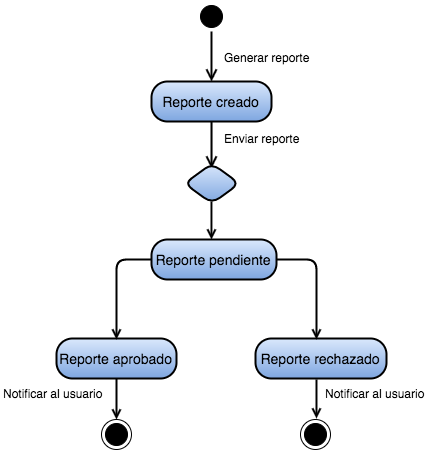
Before: imagenes/estado_reporte.png, a diagram exported from draw.io (susana1710/libro-pasantia). Source tidied: cells renumbered, new cells last; positions are measured from the earlier drawing's top-left corner, leaving out a move shared by most shapes. Its diagram source:
```xml
<mxGraphModel background="#ffffff">
  <root>
    <mxCell id="0" />
    <mxCell id="1" parent="0" />
    <mxCell id="2" style="ellipse;html=1;shape=startState;fillColor=#000000;strokeColor=#000000;rounded=1;shadow=0;glass=0;comic=0;fontSize=14;" parent="1" vertex="1">
      <mxGeometry x="195" width="30" height="30" as="geometry" />
    </mxCell>
    <mxCell id="3" style="edgeStyle=orthogonalEdgeStyle;html=1;verticalAlign=bottom;endArrow=open;endSize=8;strokeColor=#000000;fontSize=14;strokeWidth=2;" parent="1" edge="1" source="2">
      <mxGeometry x="285" y="80" as="geometry">
        <mxPoint x="210" y="80" as="targetPoint" />
      </mxGeometry>
    </mxCell>
    <mxCell id="4" value="Reporte creado" style="rounded=1;whiteSpace=wrap;html=1;arcSize=40;shadow=0;glass=0;comic=0;fontSize=14;strokeWidth=2;plain-blue;strokeColor=#000000;" parent="1" vertex="1">
      <mxGeometry x="150" y="80" width="120" height="40" as="geometry" />
    </mxCell>
    <mxCell id="5" style="edgeStyle=orthogonalEdgeStyle;html=1;verticalAlign=bottom;endArrow=open;endSize=8;strokeColor=#000000;fontSize=14;strokeWidth=2;" parent="1" edge="1">
      <mxGeometry x="285" y="157" as="geometry">
        <mxPoint x="210" y="120" as="sourcePoint" />
        <mxPoint x="210" y="167" as="targetPoint" />
      </mxGeometry>
    </mxCell>
    <mxCell id="6" style="rhombus;whiteSpace=wrap;html=1;rounded=1;shadow=0;glass=0;comic=0;strokeWidth=2;fontSize=14;plain-blue;strokeColor=#000000;" parent="1" vertex="1">
      <mxGeometry x="183" y="162" width="55" height="40" as="geometry" />
    </mxCell>
    <mxCell id="7" value="Reporte rechazado" style="rounded=1;whiteSpace=wrap;html=1;arcSize=40;shadow=0;glass=0;comic=0;fontSize=14;strokeWidth=2;plain-blue;strokeColor=#000000;" parent="1" vertex="1">
      <mxGeometry x="254" y="337" width="131" height="40" as="geometry" />
    </mxCell>
    <mxCell id="8" style="ellipse;html=1;shape=endState;fillColor=#000000;strokeColor=#000000;rounded=1;shadow=0;glass=0;comic=0;fontSize=14;" parent="1" vertex="1">
      <mxGeometry x="100" y="418" width="30" height="30" as="geometry" />
    </mxCell>
    <mxCell id="9" value="Reporte aprobado" style="rounded=1;whiteSpace=wrap;html=1;arcSize=40;shadow=0;glass=0;comic=0;fontSize=14;strokeWidth=2;plain-blue;strokeColor=#000000;" parent="1" vertex="1">
      <mxGeometry x="55" y="337" width="120" height="40" as="geometry" />
    </mxCell>
    <mxCell id="10" style="endArrow=open;html=1;strokeColor=#000000;strokeWidth=2;fontSize=14;exitX=0.433;exitY=1.025;exitPerimeter=0;endFill=0;" parent="1" edge="1">
      <mxGeometry x="190" y="437" as="geometry">
        <mxPoint x="115" y="377" as="sourcePoint" />
        <mxPoint x="115" y="418" as="targetPoint" />
      </mxGeometry>
    </mxCell>
    <mxCell id="11" style="endArrow=open;html=1;strokeColor=#000000;strokeWidth=2;fontSize=14;endFill=0;" parent="1" edge="1">
      <mxGeometry x="390" y="428" as="geometry">
        <mxPoint x="315" y="378" as="sourcePoint" />
        <mxPoint x="315" y="417" as="targetPoint" />
      </mxGeometry>
    </mxCell>
    <mxCell id="12" value="Generar reporte" style="text;html=1;align=left;verticalAlign=top;spacingTop=-4;fontSize=12;" parent="1" vertex="1">
      <mxGeometry x="221" y="47" width="100" height="20" as="geometry" />
    </mxCell>
    <mxCell id="13" value="Enviar reporte" style="text;html=1;align=left;verticalAlign=top;spacingTop=-4;fontSize=12;" parent="1" vertex="1">
      <mxGeometry x="221" y="128" width="90" height="20" as="geometry" />
    </mxCell>
    <mxCell id="14" style="endArrow=open;html=1;strokeWidth=2;fontSize=12;endFill=0;" parent="1" edge="1">
      <mxGeometry relative="1" as="geometry">
        <mxPoint x="210" y="200" as="sourcePoint" />
        <mxPoint x="210" y="238" as="targetPoint" />
      </mxGeometry>
    </mxCell>
    <mxCell id="15" value="Reporte pendiente" style="rounded=1;whiteSpace=wrap;html=1;arcSize=40;shadow=0;glass=0;comic=0;fontSize=14;strokeWidth=2;plain-blue;strokeColor=#000000;" parent="1" vertex="1">
      <mxGeometry x="150" y="238" width="125" height="40" as="geometry" />
    </mxCell>
    <mxCell id="16" style="endArrow=open;html=1;strokeWidth=2;fontSize=12;exitX=0;exitY=0.5;endFill=0;" parent="1" edge="1" source="15">
      <mxGeometry relative="1" as="geometry">
        <mxPoint x="115" y="338" as="targetPoint" />
        <Array as="points">
          <mxPoint x="115" y="258" />
          <mxPoint x="115" y="308" />
        </Array>
      </mxGeometry>
    </mxCell>
    <mxCell id="17" style="endArrow=open;html=1;strokeWidth=2;fontSize=12;exitX=1;exitY=0.5;endFill=0;" parent="1" edge="1" source="15">
      <mxGeometry relative="1" as="geometry">
        <mxPoint x="315" y="338" as="targetPoint" />
        <Array as="points">
          <mxPoint x="315" y="258" />
        </Array>
      </mxGeometry>
    </mxCell>
    <mxCell id="18" style="ellipse;html=1;shape=endState;fillColor=#000000;strokeColor=#000000;rounded=1;shadow=0;glass=0;comic=0;fontSize=14;" parent="1" vertex="1">
      <mxGeometry x="299" y="418" width="30" height="30" as="geometry" />
    </mxCell>
    <mxCell id="19" value="Notificar al usuario" style="text;html=1;align=left;verticalAlign=top;spacingTop=-4;fontSize=12;" parent="1" vertex="1">
      <mxGeometry x="322" y="383" width="110" height="20" as="geometry" />
    </mxCell>
    <mxCell id="20" value="Notificar al usuario" style="text;html=1;align=left;verticalAlign=top;spacingTop=-4;fontSize=12;" parent="1" vertex="1">
      <mxGeometry y="383" width="110" height="20" as="geometry" />
    </mxCell>
  </root>
</mxGraphModel>
```
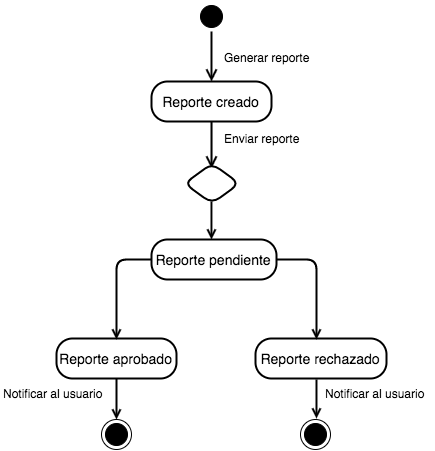
After the change.

Diff of the diagram source:
```diff
@@ -10,7 +10,7 @@
         <mxPoint x="210" y="80" as="targetPoint" />
       </mxGeometry>
     </mxCell>
-    <mxCell id="4" value="Reporte creado" style="rounded=1;whiteSpace=wrap;html=1;arcSize=40;shadow=0;glass=0;comic=0;fontSize=14;strokeWidth=2;plain-blue;strokeColor=#000000;" parent="1" vertex="1">
+    <mxCell id="4" value="Reporte creado" style="rounded=1;whiteSpace=wrap;html=1;arcSize=40;shadow=0;glass=0;comic=0;fontSize=14;strokeWidth=2;strokeColor=#000000;fillColor=#ffffff;" parent="1" vertex="1">
       <mxGeometry x="150" y="80" width="120" height="40" as="geometry" />
     </mxCell>
     <mxCell id="5" style="edgeStyle=orthogonalEdgeStyle;html=1;verticalAlign=bottom;endArrow=open;endSize=8;strokeColor=#000000;fontSize=14;strokeWidth=2;" parent="1" edge="1">
@@ -19,16 +19,16 @@
         <mxPoint x="210" y="167" as="targetPoint" />
       </mxGeometry>
     </mxCell>
-    <mxCell id="6" style="rhombus;whiteSpace=wrap;html=1;rounded=1;shadow=0;glass=0;comic=0;strokeWidth=2;fontSize=14;plain-blue;strokeColor=#000000;" parent="1" vertex="1">
+    <mxCell id="6" style="rhombus;whiteSpace=wrap;html=1;rounded=1;shadow=0;glass=0;comic=0;strokeWidth=2;fontSize=14;strokeColor=#000000;fillColor=#ffffff;" parent="1" vertex="1">
       <mxGeometry x="183" y="162" width="55" height="40" as="geometry" />
     </mxCell>
-    <mxCell id="7" value="Reporte rechazado" style="rounded=1;whiteSpace=wrap;html=1;arcSize=40;shadow=0;glass=0;comic=0;fontSize=14;strokeWidth=2;plain-blue;strokeColor=#000000;" parent="1" vertex="1">
+    <mxCell id="7" value="Reporte rechazado" style="rounded=1;whiteSpace=wrap;html=1;arcSize=40;shadow=0;glass=0;comic=0;fontSize=14;strokeWidth=2;strokeColor=#000000;fillColor=#ffffff;" parent="1" vertex="1">
       <mxGeometry x="254" y="337" width="131" height="40" as="geometry" />
     </mxCell>
     <mxCell id="8" style="ellipse;html=1;shape=endState;fillColor=#000000;strokeColor=#000000;rounded=1;shadow=0;glass=0;comic=0;fontSize=14;" parent="1" vertex="1">
       <mxGeometry x="100" y="418" width="30" height="30" as="geometry" />
     </mxCell>
-    <mxCell id="9" value="Reporte aprobado" style="rounded=1;whiteSpace=wrap;html=1;arcSize=40;shadow=0;glass=0;comic=0;fontSize=14;strokeWidth=2;plain-blue;strokeColor=#000000;" parent="1" vertex="1">
+    <mxCell id="9" value="Reporte aprobado" style="rounded=1;whiteSpace=wrap;html=1;arcSize=40;shadow=0;glass=0;comic=0;fontSize=14;strokeWidth=2;strokeColor=#000000;fillColor=#ffffff;" parent="1" vertex="1">
       <mxGeometry x="55" y="337" width="120" height="40" as="geometry" />
     </mxCell>
     <mxCell id="10" style="endArrow=open;html=1;strokeColor=#000000;strokeWidth=2;fontSize=14;exitX=0.433;exitY=1.025;exitPerimeter=0;endFill=0;" parent="1" edge="1">
@@ -55,7 +55,7 @@
         <mxPoint x="210" y="238" as="targetPoint" />
       </mxGeometry>
     </mxCell>
-    <mxCell id="15" value="Reporte pendiente" style="rounded=1;whiteSpace=wrap;html=1;arcSize=40;shadow=0;glass=0;comic=0;fontSize=14;strokeWidth=2;plain-blue;strokeColor=#000000;" parent="1" vertex="1">
+    <mxCell id="15" value="Reporte pendiente" style="rounded=1;whiteSpace=wrap;html=1;arcSize=40;shadow=0;glass=0;comic=0;fontSize=14;strokeWidth=2;strokeColor=#000000;fillColor=#ffffff;" parent="1" vertex="1">
       <mxGeometry x="150" y="238" width="125" height="40" as="geometry" />
     </mxCell>
     <mxCell id="16" style="endArrow=open;html=1;strokeWidth=2;fontSize=12;exitX=0;exitY=0.5;endFill=0;" parent="1" edge="1" source="15">
```
